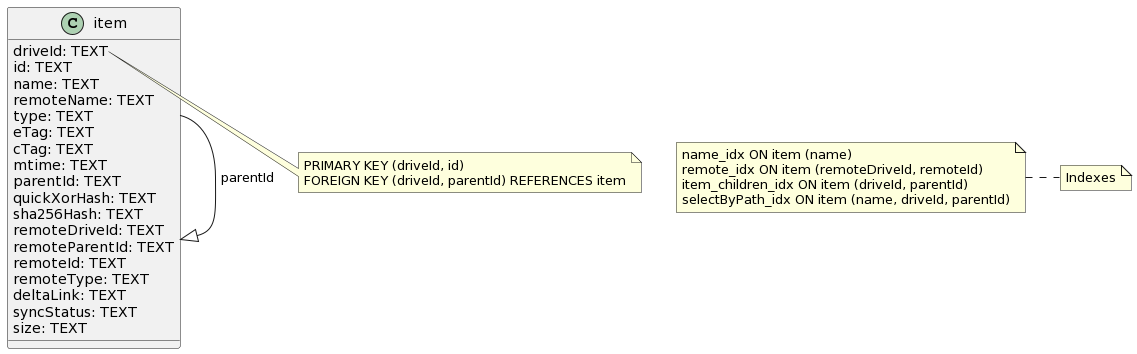
Earlier version of the PlantUML export docs/puml/database_schema.png (abraunegg/onedrive).
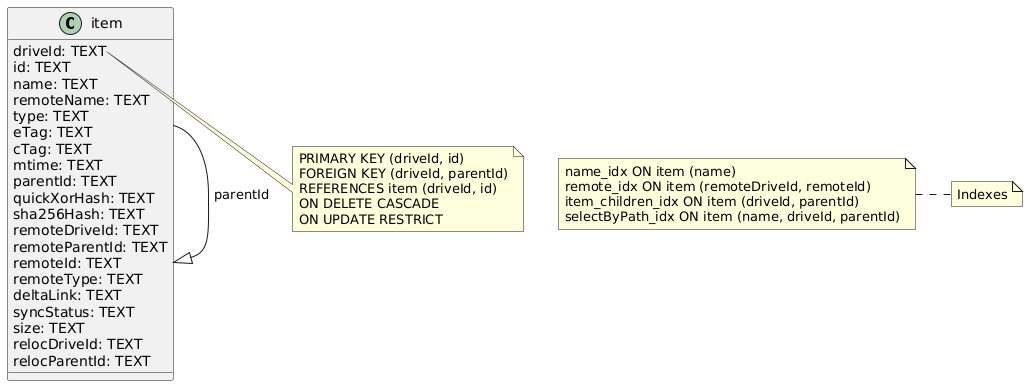
Above is the later version.

Commit message:
Update Client Architecture Documentation (#3261)

* Update Client Architecture Documentation
* Fix wording in 'usage.md'

What changed in the source:
```diff
@@ -14,15 +14,20 @@
     remoteDriveId: TEXT
     remoteParentId: TEXT
     remoteId: TEXT
-	remoteType: TEXT
+    remoteType: TEXT
     deltaLink: TEXT
     syncStatus: TEXT
     size: TEXT
+    relocDriveId: TEXT
+    relocParentId: TEXT
 }
 
 note right of item::driveId
   PRIMARY KEY (driveId, id)
-  FOREIGN KEY (driveId, parentId) REFERENCES item
+  FOREIGN KEY (driveId, parentId)
+  REFERENCES item (driveId, id)
+  ON DELETE CASCADE
+  ON UPDATE RESTRICT
 end note
 
 item --|> item : parentId
```
